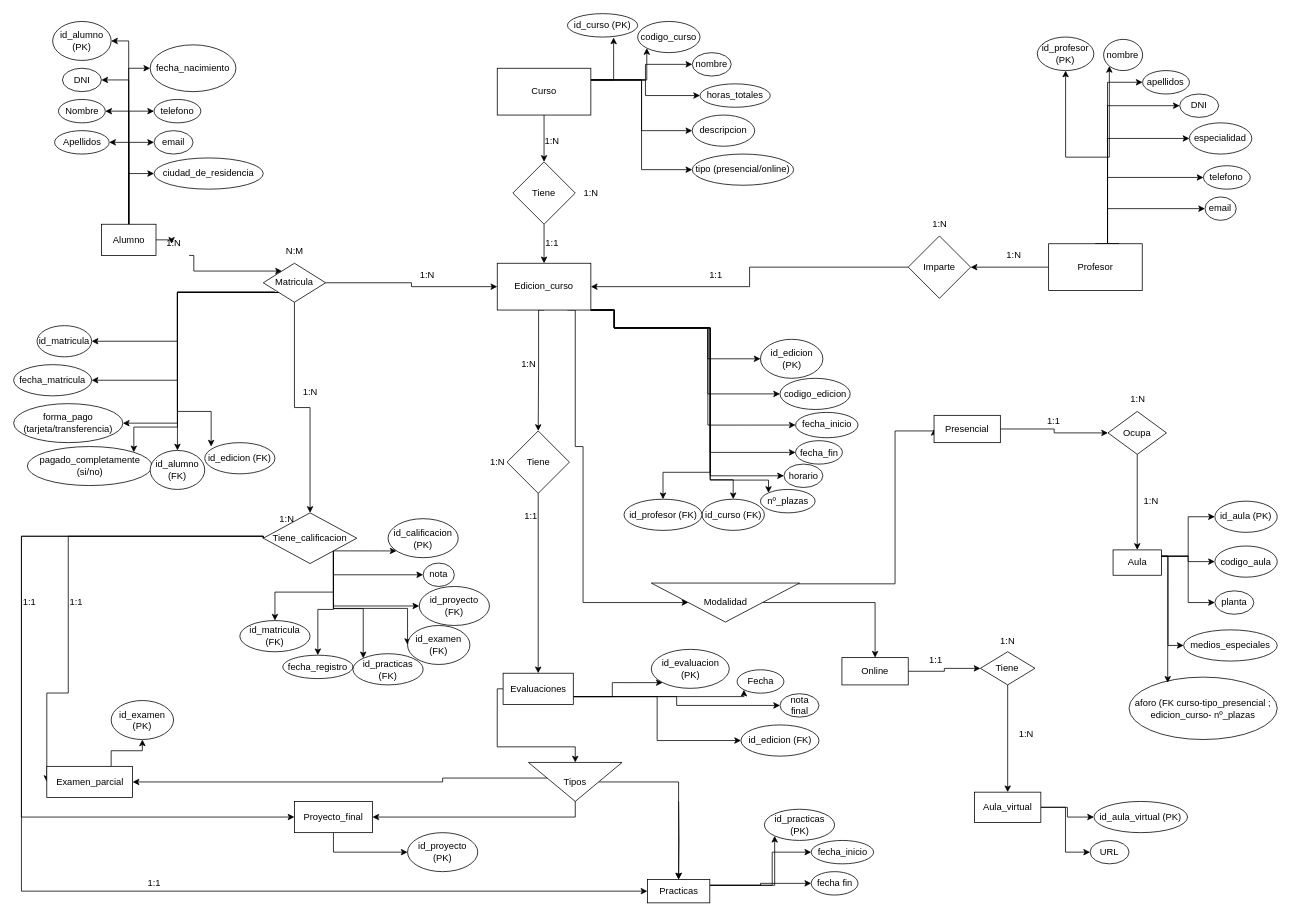
Earlier version of the draw.io diagram Unidad02 - Modelo E-R/Ejercicios en Draw.io/Ejercicio ER -  Sistema de gestión de un centro de formación_14nov.drawio (izaes33/BBDD). Source tidied: cells renumbered, new cells numbered last; positions are measured from the earlier drawing's top-left corner, leaving out a move shared by most shapes. Both pictures are drawn from the tidied source at 78%, with x=0, y=0 at pixel (13, 13).
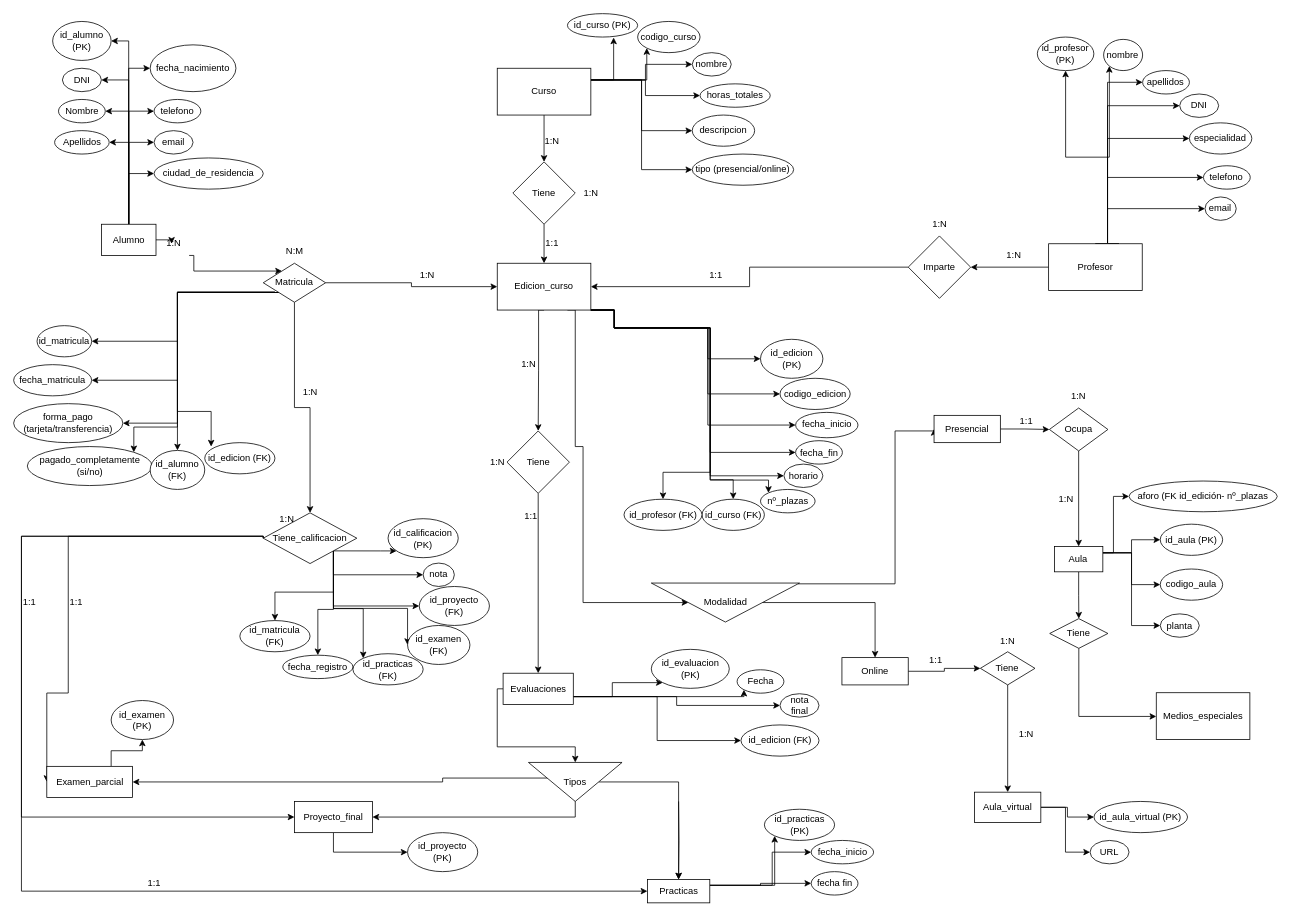
The same diagram, later.

Commit message (it also covers changes not shown here):
Añade V2 - Ejercicio ER - Sistema de gestión de un centro de formación_14nov

Change to the diagram source:
```diff
@@
     <mxCell id="69" value="Ocupa" style="rhombus;whiteSpace=wrap;html=1;" parent="1" vertex="1">
-      <mxGeometry x="1403" y="510" width="75" height="55" as="geometry" />
+      <mxGeometry x="1327.9" y="505.6" width="75" height="55" as="geometry" />
     </mxCell>
@@
-    <mxCell id="73" style="edgeStyle=orthogonalEdgeStyle;rounded=0;jettySize=auto;html=1;exitX=1;exitY=0.25;exitDx=0;exitDy=0;entryX=0;entryY=0.5;entryDx=0;entryDy=0;" parent="1" edge="1" source="74" target="165">
-      <mxGeometry relative="1" as="geometry">
-        <Array as="points">
-          <mxPoint x="1480" y="696" />
-          <mxPoint x="1480" y="810" />
-        </Array>
-      </mxGeometry>
-    </mxCell>
+    <mxCell id="187" style="edgeStyle=orthogonalEdgeStyle;rounded=0;jettySize=auto;html=1;" parent="1" edge="1" source="74" target="189">
+      <mxGeometry relative="1" as="geometry" />
+    </mxCell>
+    <mxCell id="166" style="edgeStyle=orthogonalEdgeStyle;rounded=0;jettySize=auto;html=1;exitX=1;exitY=0.25;exitDx=0;exitDy=0;entryX=0;entryY=0.5;entryDx=0;entryDy=0;" parent="1" edge="1" source="74" target="163">
+      <mxGeometry relative="1" as="geometry">
+        <Array as="points">
+          <mxPoint x="1410" y="691" />
+          <mxPoint x="1410" y="619" />
+        </Array>
+      </mxGeometry>
+    </mxCell>
     <mxCell id="74" value="Aula" style="whiteSpace=wrap;html=1;" parent="1" vertex="1">
-      <mxGeometry x="1409.5" y="687.5" width="62" height="32.5" as="geometry" />
+      <mxGeometry x="1334.4" y="683.1" width="62" height="32.5" as="geometry" />
     </mxCell>
@@
     <mxCell id="110" value="1:N" style="text;html=1;align=center;verticalAlign=middle;strokeColor=none;fillColor=none;" parent="1" vertex="1">
-      <mxGeometry x="1420.5" y="480" width="40" height="30" as="geometry" />
+      <mxGeometry x="1345.4" y="475.6" width="40" height="30" as="geometry" />
     </mxCell>
     <mxCell id="111" value="1:N" style="text;html=1;align=center;verticalAlign=middle;strokeColor=none;fillColor=none;" parent="1" vertex="1">
-      <mxGeometry x="1438" y="610" width="40" height="30" as="geometry" />
+      <mxGeometry x="1328.6" y="607.5" width="40" height="30" as="geometry" />
     </mxCell>
@@
     <mxCell id="115" value="1:1" style="text;html=1;align=center;verticalAlign=middle;strokeColor=none;fillColor=none;" parent="1" vertex="1">
-      <mxGeometry x="1312.5" y="507.5" width="40" height="30" as="geometry" />
+      <mxGeometry x="1278.1" y="507.5" width="40" height="30" as="geometry" />
     </mxCell>
@@
     <mxCell id="160" value="id_aula (PK)" style="ellipse;whiteSpace=wrap;html=1;" parent="1" vertex="1">
-      <mxGeometry x="1540" y="625" width="80" height="40" as="geometry" />
+      <mxGeometry x="1470" y="654.5" width="80" height="40" as="geometry" />
     </mxCell>
     <mxCell id="161" value="codigo_aula" style="ellipse;whiteSpace=wrap;html=1;" parent="1" vertex="1">
-      <mxGeometry x="1540" y="682.5" width="80" height="40" as="geometry" />
+      <mxGeometry x="1470" y="712" width="80" height="40" as="geometry" />
     </mxCell>
     <mxCell id="162" value="planta" style="ellipse;whiteSpace=wrap;html=1;" parent="1" vertex="1">
-      <mxGeometry x="1540" y="740" width="50" height="30" as="geometry" />
+      <mxGeometry x="1470" y="769.5" width="50" height="30" as="geometry" />
     </mxCell>
-    <mxCell id="163" value="aforo (FK curso-tipo_presencial ; edicion_curso- nº_plazas" style="ellipse;whiteSpace=wrap;html=1;" parent="1" vertex="1">
-      <mxGeometry x="1430" y="850.6" width="190" height="80" as="geometry" />
+    <mxCell id="163" value="aforo (FK id_edición- nº_plazas" style="ellipse;whiteSpace=wrap;html=1;" parent="1" vertex="1">
+      <mxGeometry x="1430" y="599.2" width="190" height="39.4" as="geometry" />
     </mxCell>
@@
-    <mxCell id="165" value="medios_especiales" style="ellipse;whiteSpace=wrap;html=1;" parent="1" vertex="1">
-      <mxGeometry x="1500" y="790" width="120" height="40" as="geometry" />
-    </mxCell>
-    <mxCell id="166" style="edgeStyle=orthogonalEdgeStyle;rounded=0;jettySize=auto;html=1;exitX=1;exitY=0.25;exitDx=0;exitDy=0;entryX=0.261;entryY=0.09;entryDx=0;entryDy=0;entryPerimeter=0;" parent="1" edge="1" source="74" target="163">
-      <mxGeometry relative="1" as="geometry">
-        <Array as="points">
-          <mxPoint x="1480" y="696" />
-        </Array>
-      </mxGeometry>
-    </mxCell>
@@
+    <mxCell id="188" style="edgeStyle=orthogonalEdgeStyle;rounded=0;jettySize=auto;html=1;" parent="1" edge="1" source="189" target="190">
+      <mxGeometry relative="1" as="geometry">
+        <Array as="points">
+          <mxPoint x="1366" y="901" />
+        </Array>
+      </mxGeometry>
+    </mxCell>
+    <mxCell id="189" value="Tiene" style="rhombus;whiteSpace=wrap;html=1;" parent="1" vertex="1">
+      <mxGeometry x="1328.3" y="775.6" width="74.6" height="38.1" as="geometry" />
+    </mxCell>
+    <mxCell id="190" value="Medios_especiales" style="whiteSpace=wrap;html=1;" parent="1" vertex="1">
+      <mxGeometry x="1464.9" y="870.6" width="120" height="60" as="geometry" />
+    </mxCell>
```
